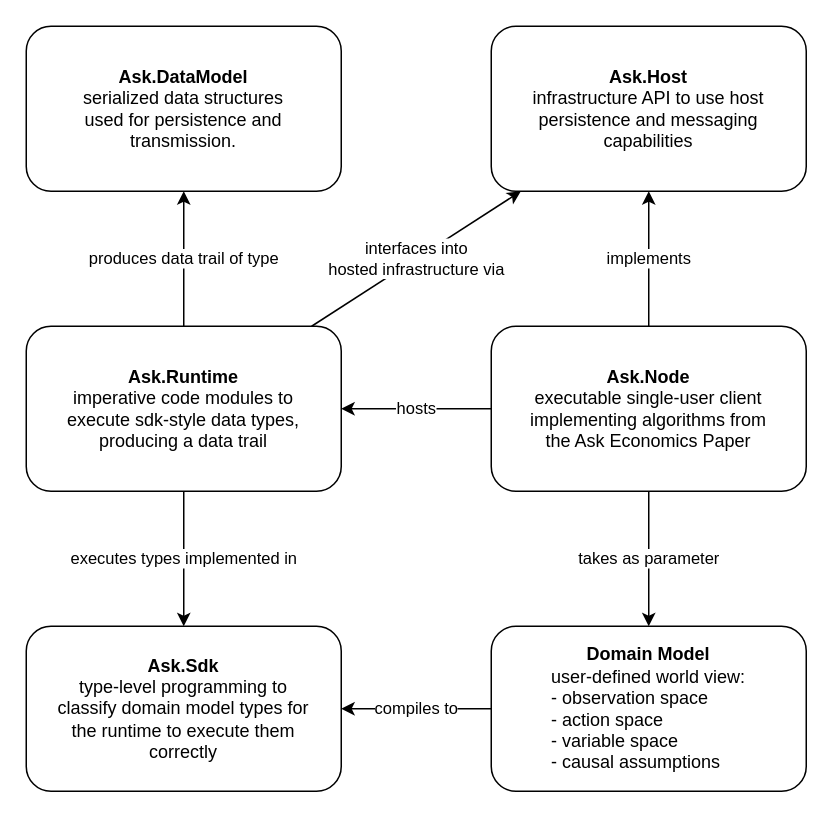
The draw.io diagram repository.drawio in BrunoZell/ask.network, before the edit. Source tidied: cells renumbered, new cells numbered last; positions are measured from the earlier drawing's top-left corner, leaving out a move shared by most shapes. Both pictures are drawn from the tidied source at 150%, with x=0, y=0 at pixel (26, 26).
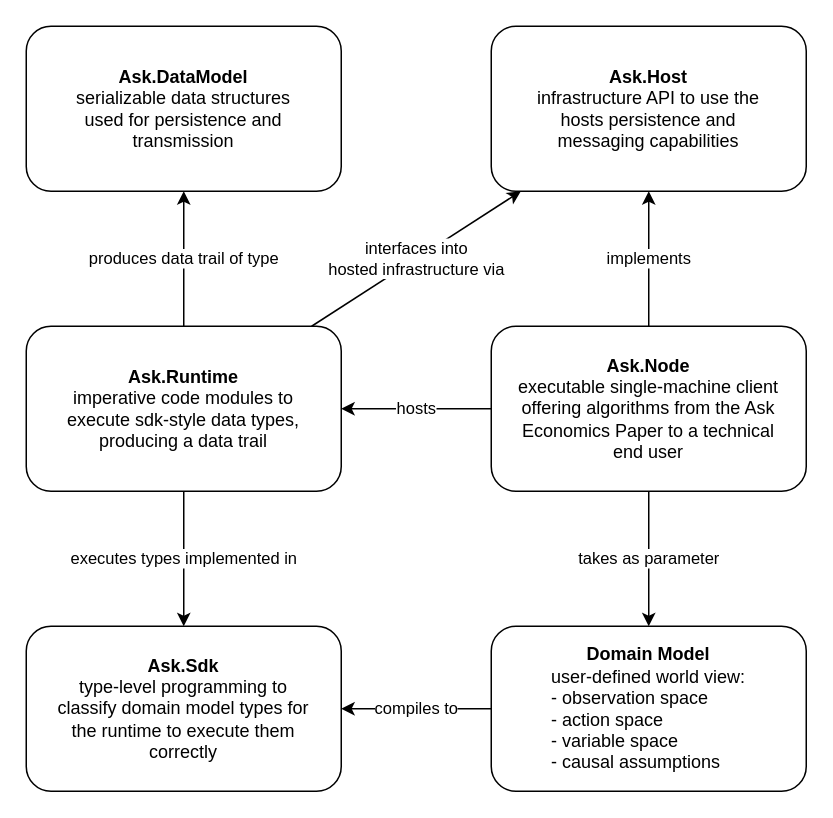
Above is the later version.

Commit message:
repo overview

What changed in the source:
```diff
@@
 <mxGraphModel>
   <root>
     <mxCell id="0" />
     <mxCell id="1" parent="0" />
     <mxCell id="2" value="executes types implemented in" style="edgeStyle=orthogonalEdgeStyle;rounded=0;jettySize=auto;html=1;entryX=0.5;entryY=0;entryDx=0;entryDy=0;" parent="1" edge="1" source="5" target="10">
       <mxGeometry relative="1" as="geometry" />
     </mxCell>
     <mxCell id="3" value="produces data trail of type" style="edgeStyle=orthogonalEdgeStyle;rounded=0;jettySize=auto;html=1;entryX=0.5;entryY=1;entryDx=0;entryDy=0;" parent="1" edge="1" source="5" target="13">
       <mxGeometry relative="1" as="geometry" />
     </mxCell>
     <mxCell id="4" value="interfaces into&lt;br&gt;hosted infrastructure via" style="rounded=0;jettySize=auto;html=1;" parent="1" edge="1" source="5" target="14">
       <mxGeometry relative="1" as="geometry" />
     </mxCell>
     <mxCell id="5" value="&lt;b&gt;Ask.Runtime&lt;/b&gt;&lt;br&gt;imperative code modules to execute sdk-style data types, producing a data trail" style="rounded=1;whiteSpace=wrap;html=1;spacing=18;" parent="1" vertex="1">
       <mxGeometry y="200" width="210" height="110" as="geometry" />
     </mxCell>
     <mxCell id="6" value="hosts" style="edgeStyle=orthogonalEdgeStyle;rounded=0;jettySize=auto;html=1;" parent="1" edge="1" source="9" target="5">
       <mxGeometry relative="1" as="geometry" />
     </mxCell>
     <mxCell id="7" value="takes as parameter" style="edgeStyle=orthogonalEdgeStyle;rounded=0;jettySize=auto;html=1;entryX=0.5;entryY=0;entryDx=0;entryDy=0;" parent="1" edge="1" source="9" target="12">
       <mxGeometry relative="1" as="geometry" />
     </mxCell>
     <mxCell id="8" value="implements" style="edgeStyle=orthogonalEdgeStyle;rounded=0;jettySize=auto;html=1;" parent="1" edge="1" source="9" target="14">
       <mxGeometry relative="1" as="geometry" />
     </mxCell>
-    <mxCell id="9" value="&lt;b&gt;Ask.Node&lt;/b&gt;&lt;br&gt;executable single-user client implementing algorithms from the Ask Economics Paper" style="rounded=1;whiteSpace=wrap;html=1;spacing=18;" parent="1" vertex="1">
+    <mxCell id="9" value="&lt;b&gt;Ask.Node&lt;/b&gt;&lt;br&gt;executable single-machine client offering algorithms from the Ask Economics Paper to a technical end user" style="rounded=1;whiteSpace=wrap;html=1;spacing=18;" parent="1" vertex="1">
       <mxGeometry x="310" y="200" width="210" height="110" as="geometry" />
     </mxCell>
     <mxCell id="10" value="&lt;b&gt;Ask.Sdk&lt;/b&gt;&lt;br&gt;type-level programming to classify domain model types for the runtime to execute them correctly" style="rounded=1;whiteSpace=wrap;html=1;spacing=18;" parent="1" vertex="1">
       <mxGeometry y="400" width="210" height="110" as="geometry" />
     </mxCell>
     <mxCell id="11" value="compiles to" style="edgeStyle=orthogonalEdgeStyle;rounded=0;jettySize=auto;html=1;entryX=1;entryY=0.5;entryDx=0;entryDy=0;" parent="1" edge="1" source="12" target="10">
       <mxGeometry relative="1" as="geometry" />
     </mxCell>
     <mxCell id="12" value="&lt;b&gt;Domain Model&lt;/b&gt;&lt;br&gt;user-defined world view:&lt;br&gt;&lt;div style=&quot;text-align: left&quot;&gt;&lt;span&gt;- observation space&lt;/span&gt;&lt;/div&gt;&lt;div style=&quot;text-align: left&quot;&gt;&lt;span&gt;- action space&lt;/span&gt;&lt;/div&gt;&lt;div style=&quot;text-align: left&quot;&gt;&lt;span&gt;- variable space&lt;/span&gt;&lt;/div&gt;&lt;div style=&quot;text-align: left&quot;&gt;&lt;span&gt;- causal assumptions&lt;/span&gt;&lt;/div&gt;" style="rounded=1;whiteSpace=wrap;html=1;spacing=18;" parent="1" vertex="1">
       <mxGeometry x="310" y="400" width="210" height="110" as="geometry" />
     </mxCell>
-    <mxCell id="13" value="&lt;b&gt;Ask.DataModel&lt;/b&gt;&lt;br&gt;serialized data structures&lt;br&gt;used for persistence and transmission." style="rounded=1;whiteSpace=wrap;html=1;spacing=18;" parent="1" vertex="1">
+    <mxCell id="13" value="&lt;b&gt;Ask.DataModel&lt;/b&gt;&lt;br&gt;serializable data structures&lt;br&gt;used for persistence and transmission" style="rounded=1;whiteSpace=wrap;html=1;spacing=18;" parent="1" vertex="1">
       <mxGeometry width="210" height="110" as="geometry" />
     </mxCell>
-    <mxCell id="14" value="&lt;b&gt;Ask.Host&lt;/b&gt;&lt;br&gt;infrastructure API to use host persistence and messaging capabilities" style="rounded=1;whiteSpace=wrap;html=1;spacing=18;" parent="1" vertex="1">
+    <mxCell id="14" value="&lt;b&gt;Ask.Host&lt;/b&gt;&lt;br&gt;infrastructure API to use the hosts persistence and messaging capabilities" style="rounded=1;whiteSpace=wrap;html=1;spacing=18;" parent="1" vertex="1">
       <mxGeometry x="310" width="210" height="110" as="geometry" />
     </mxCell>
   </root>
 </mxGraphModel>
```
